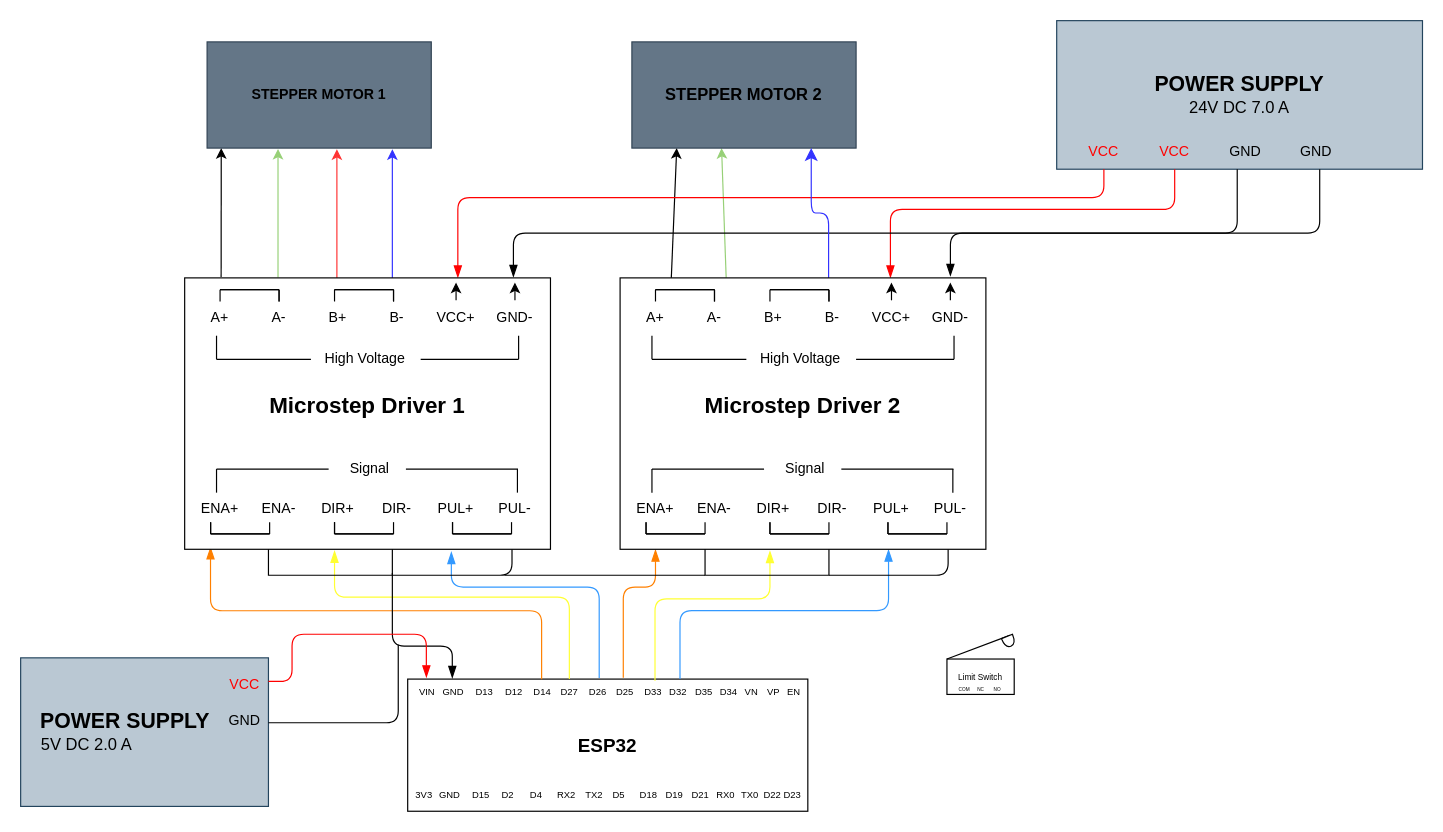
Before: Diagrams/Stepper-Driver-Esp32 Circuit Diagram.drawio in DattBhatt/Draw.io, a draw.io diagram. Source tidied: cells renumbered, new cells numbered last; positions are measured from the earlier drawing's top-left corner, leaving out a move shared by most shapes. Both pictures are drawn from the tidied source at 118%, with x=0, y=0 at pixel (20, 20).
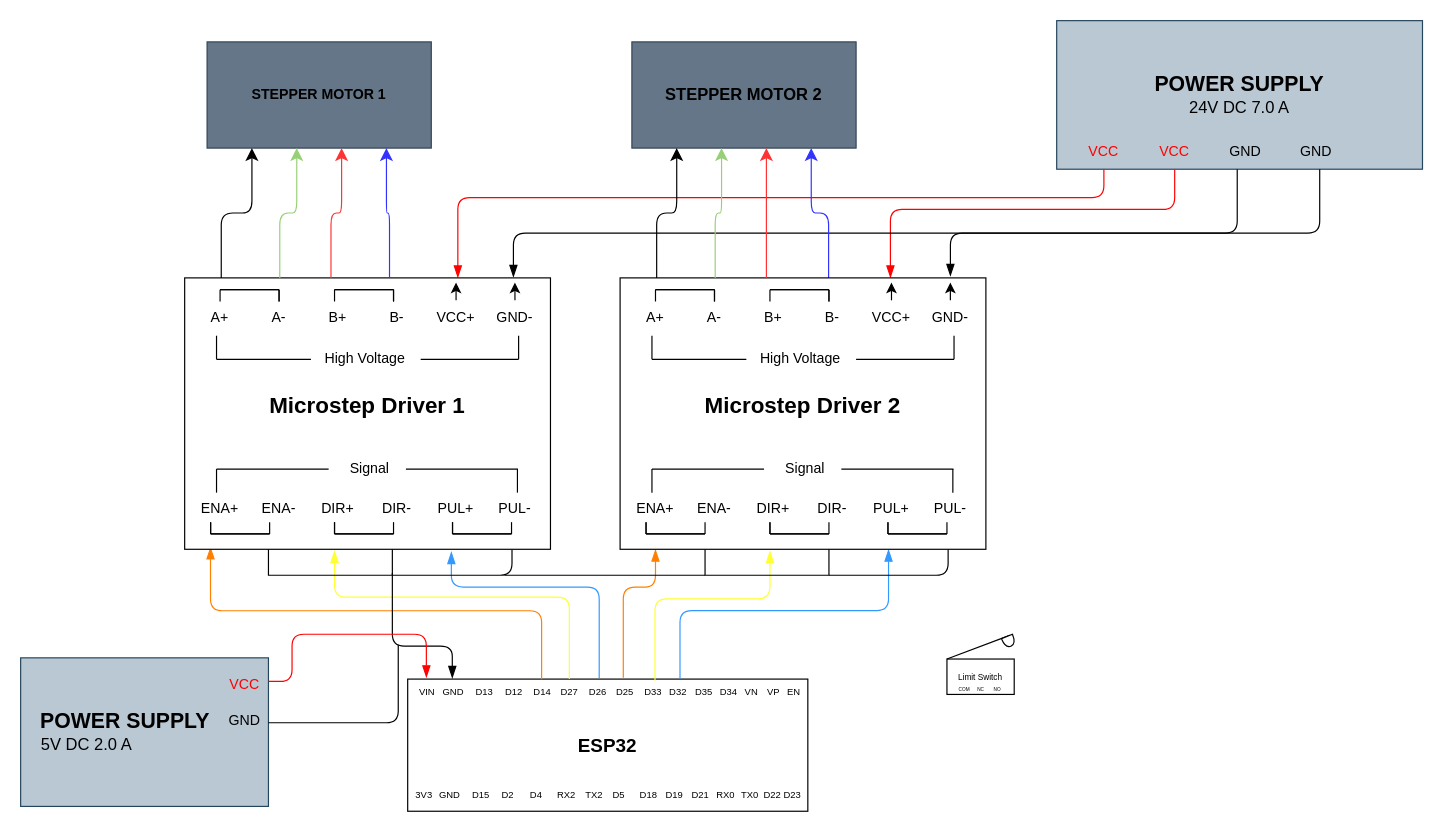
Above is the later version.

Unchanged cells that the change refers to:
```xml
<mxCell id="9" value="&lt;font style=&quot;font-size: 14px; color: light-dark(rgb(0, 0, 0), rgb(255, 255, 255));&quot;&gt;&lt;b&gt;STEPPER MOTOR 2&lt;/b&gt;&lt;/font&gt;" style="rounded=0;whiteSpace=wrap;html=1;fillColor=#647687;strokeColor=#314354;fontColor=#ffffff;points=[[0,0,0,0,0],[0,0.25,0,0,0],[0,0.5,0,0,0],[0,0.75,0,0,0],[0,1,0,0,0],[0.2,1,0,0,0],[0.25,0,0,0,0],[0.4,1,0,0,0],[0.5,0,0,0,0],[0.6,1,0,0,0],[0.75,0,0,0,0],[0.8,1,0,0,0],[1,0,0,0,0],[1,0.25,0,0,0],[1,0.5,0,0,0],[1,0.75,0,0,0],[1,1,0,0,0]];" parent="1" vertex="1">
  <mxGeometry x="518" y="18" width="190" height="90" as="geometry" />
</mxCell>
<mxCell id="78" value="&lt;h1 style=&quot;margin-top: 0px;&quot;&gt;&lt;font style=&quot;font-size: 19px;&quot;&gt;Microstep Driver 2&lt;/font&gt;&lt;/h1&gt;" style="rounded=0;whiteSpace=wrap;html=1;fillColor=default;points=[[0,0,0,0,0],[0,1,0,0,0],[0.1,0,0,0,0],[0.12,1,0,0,0],[0.26,0,0,0,0],[0.26,1,0,0,0],[0.4,0,0,0,0],[0.4,1,0,0,0],[0.56,0,0,0,0],[0.56,1,0,0,0],[0.74,0,0,0,0],[0.74,1,0,0,0],[0.9,0,0,0,0],[0.9,1,0,0,0],[1,0,0,0,0],[1,1,0,0,0]];" parent="77" vertex="1">
  <mxGeometry width="310" height="230" as="geometry" />
</mxCell>
<mxCell id="142" value="&lt;h1 style=&quot;margin-top: 0px;&quot;&gt;&lt;font style=&quot;font-size: 19px;&quot;&gt;Microstep Driver 1&lt;/font&gt;&lt;/h1&gt;" style="rounded=0;whiteSpace=wrap;html=1;fillColor=default;points=[[0,0,0,0,0],[0,1,0,0,0],[0.1,0,0,0,0],[0.12,1,0,0,0],[0.26,0,0,0,0],[0.26,1,0,0,0],[0.4,0,0,0,0],[0.4,1,0,0,0],[0.56,0,0,0,0],[0.56,1,0,0,0],[0.74,0,0,0,0],[0.74,1,0,0,0],[0.9,0,0,0,0],[0.9,1,0,0,0],[1,0,0,0,0],[1,1,0,0,0]];" parent="141" vertex="1">
  <mxGeometry width="310" height="230" as="geometry" />
</mxCell>
```

Diff of the diagram source:
```diff
@@
-    <mxCell id="2" style="endArrow=classic;html=1;rounded=0;exitX=0.103;exitY=-0.003;exitDx=0;exitDy=0;exitPerimeter=0;fontColor=light-dark(#000000,#000000);strokeColor=light-dark(#000000,#000000);" parent="1" edge="1">
-      <mxGeometry relative="1" as="geometry">
-        <mxPoint x="169.9" y="217.3" as="sourcePoint" />
-        <mxPoint x="170" y="108" as="targetPoint" />
-      </mxGeometry>
-    </mxCell>
-    <mxCell id="3" style="endArrow=classic;html=1;rounded=0;exitX=0.103;exitY=-0.003;exitDx=0;exitDy=0;exitPerimeter=0;fontColor=light-dark(#000000,#000000);strokeColor=light-dark(#97D077,#97D077);" parent="1" edge="1">
-      <mxGeometry relative="1" as="geometry">
-        <mxPoint x="218.1" y="217.7" as="sourcePoint" />
-        <mxPoint x="218.1" y="108.7" as="targetPoint" />
-      </mxGeometry>
-    </mxCell>
-    <mxCell id="4" style="endArrow=classic;html=1;rounded=0;exitX=0.103;exitY=-0.003;exitDx=0;exitDy=0;exitPerimeter=0;fontColor=light-dark(#000000,#000000);strokeColor=light-dark(#3333FF,#3333FF);" parent="1" edge="1">
-      <mxGeometry relative="1" as="geometry">
-        <mxPoint x="315" y="218" as="sourcePoint" />
-        <mxPoint x="315" y="109" as="targetPoint" />
-      </mxGeometry>
-    </mxCell>
-    <mxCell id="5" style="endArrow=classic;html=1;rounded=0;exitX=0.103;exitY=-0.003;exitDx=0;exitDy=0;exitPerimeter=0;fontColor=light-dark(#000000,#000000);strokeColor=light-dark(#FF3333,#FF3333);" parent="1" edge="1">
-      <mxGeometry relative="1" as="geometry">
-        <mxPoint x="268" y="218" as="sourcePoint" />
-        <mxPoint x="268" y="109" as="targetPoint" />
-      </mxGeometry>
-    </mxCell>
-    <mxCell id="6" value="&lt;font style=&quot;color: light-dark(rgb(0, 0, 0), rgb(255, 255, 255));&quot;&gt;&lt;b&gt;STEPPER MOTOR 1&lt;/b&gt;&lt;/font&gt;" style="rounded=0;whiteSpace=wrap;html=1;fillColor=#647687;strokeColor=#314354;fontColor=#ffffff;" parent="1" vertex="1">
+    <mxCell id="6" value="&lt;font style=&quot;color: light-dark(rgb(0, 0, 0), rgb(255, 255, 255));&quot;&gt;&lt;b&gt;STEPPER MOTOR 1&lt;/b&gt;&lt;/font&gt;" style="rounded=0;whiteSpace=wrap;html=1;fillColor=#647687;strokeColor=#314354;fontColor=#ffffff;points=[[0,0,0,0,0],[0,1,0,0,0],[0.2,0,0,0,0],[0.2,1,0,0,0],[0.4,0,0,0,0],[0.4,1,0,0,0],[0.6,0,0,0,0],[0.6,1,0,0,0],[0.8,0,0,0,0],[0.8,1,0,0,0],[1,0,0,0,0],[1,1,0,0,0]];" parent="1" vertex="1">
       <mxGeometry x="158" y="18" width="190" height="90" as="geometry" />
     </mxCell>
-    <mxCell id="7" style="endArrow=classic;html=1;rounded=0;exitX=0.14;exitY=0;exitDx=0;exitDy=0;exitPerimeter=0;fontColor=light-dark(#000000,#000000);strokeColor=light-dark(#000000,#000000);entryX=0.2;entryY=1;entryDx=0;entryDy=0;entryPerimeter=0;" parent="1" edge="1" source="78" target="9">
-      <mxGeometry relative="1" as="geometry" />
-    </mxCell>
-    <mxCell id="8" style="endArrow=classic;html=1;rounded=0;exitX=0.29;exitY=0;exitDx=0;exitDy=0;exitPerimeter=0;fontColor=light-dark(#000000,#000000);strokeColor=light-dark(#97D077,#97D077);entryX=0.4;entryY=1;entryDx=0;entryDy=0;entryPerimeter=0;" parent="1" edge="1" source="78" target="9">
-      <mxGeometry relative="1" as="geometry" />
-    </mxCell>
@@
+    <mxCell id="205" style="edgeStyle=elbowEdgeStyle;elbow=vertical;endArrow=classic;html=1;curved=0;rounded=1;endSize=8;startSize=8;exitX=0.4;exitY=0;exitDx=0;exitDy=0;exitPerimeter=0;entryX=0.6;entryY=1;entryDx=0;entryDy=0;entryPerimeter=0;strokeColor=light-dark(#FF3333,#FF3333);" parent="1" edge="1" source="78" target="9">
+      <mxGeometry relative="1" as="geometry" />
+    </mxCell>
+    <mxCell id="206" style="edgeStyle=elbowEdgeStyle;elbow=vertical;endArrow=classic;html=1;curved=0;rounded=1;endSize=8;startSize=8;strokeColor=light-dark(#97D077,#97D077);exitX=0.26;exitY=0;exitDx=0;exitDy=0;exitPerimeter=0;entryX=0.4;entryY=1;entryDx=0;entryDy=0;entryPerimeter=0;" parent="1" edge="1" source="78" target="9">
+      <mxGeometry relative="1" as="geometry" />
+    </mxCell>
+    <mxCell id="207" style="edgeStyle=elbowEdgeStyle;elbow=vertical;endArrow=classic;html=1;curved=0;rounded=1;endSize=8;startSize=8;strokeColor=light-dark(#000000,#000000);exitX=0.1;exitY=0;exitDx=0;exitDy=0;exitPerimeter=0;entryX=0.2;entryY=1;entryDx=0;entryDy=0;entryPerimeter=0;" parent="1" edge="1" source="78" target="9">
+      <mxGeometry relative="1" as="geometry" />
+    </mxCell>
+    <mxCell id="208" style="edgeStyle=elbowEdgeStyle;elbow=vertical;endArrow=classic;html=1;curved=0;rounded=1;endSize=8;startSize=8;strokeColor=light-dark(#000000,#000000);exitX=0.1;exitY=0;exitDx=0;exitDy=0;exitPerimeter=0;entryX=0.2;entryY=1;entryDx=0;entryDy=0;entryPerimeter=0;" parent="1" edge="1" source="142" target="6">
+      <mxGeometry relative="1" as="geometry" />
+    </mxCell>
+    <mxCell id="209" style="edgeStyle=elbowEdgeStyle;elbow=vertical;endArrow=classic;html=1;curved=0;rounded=1;endSize=8;startSize=8;strokeColor=light-dark(#97D077,#97D077);exitX=0.26;exitY=0;exitDx=0;exitDy=0;exitPerimeter=0;entryX=0.4;entryY=1;entryDx=0;entryDy=0;entryPerimeter=0;" parent="1" edge="1" source="142" target="6">
+      <mxGeometry relative="1" as="geometry" />
+    </mxCell>
+    <mxCell id="210" style="edgeStyle=elbowEdgeStyle;elbow=vertical;endArrow=classic;html=1;curved=0;rounded=1;endSize=8;startSize=8;exitX=0.4;exitY=0;exitDx=0;exitDy=0;exitPerimeter=0;entryX=0.6;entryY=1;entryDx=0;entryDy=0;entryPerimeter=0;strokeColor=light-dark(#FF3333,#FF3333);" parent="1" edge="1" source="142" target="6">
+      <mxGeometry relative="1" as="geometry" />
+    </mxCell>
+    <mxCell id="211" style="edgeStyle=elbowEdgeStyle;elbow=vertical;endArrow=classic;html=1;curved=0;rounded=1;endSize=8;startSize=8;exitX=0.56;exitY=0;exitDx=0;exitDy=0;exitPerimeter=0;entryX=0.8;entryY=1;entryDx=0;entryDy=0;entryPerimeter=0;fontColor=light-dark(default, #3333ff);fillColor=#0050ef;strokeColor=light-dark(#3333FF,#3333FF);" parent="1" edge="1" source="142" target="6">
+      <mxGeometry relative="1" as="geometry" />
+    </mxCell>
```
